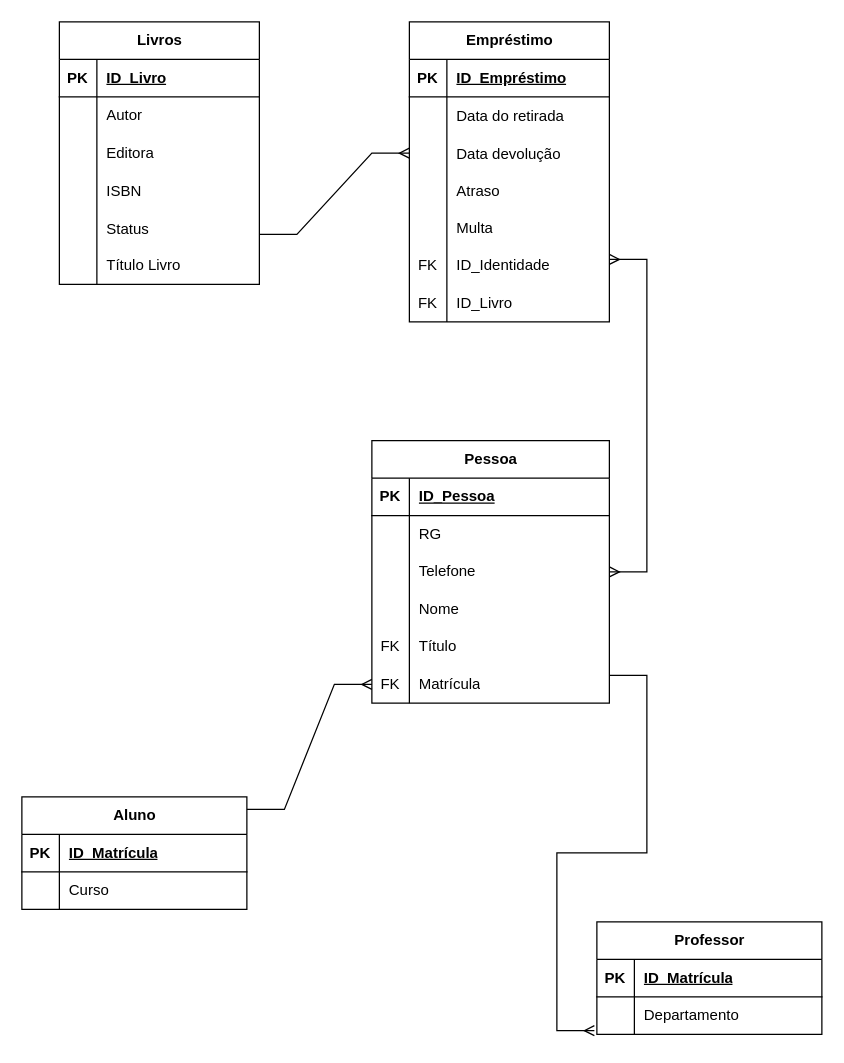
This is praticas/Diagrama sem nome.drawio from amanicieslak/apc-1engdm1a, a draw.io file, before an edit. Source tidied: cells renumbered, new cells numbered last; positions are measured from the earlier drawing's top-left corner, leaving out a move shared by most shapes. Both pictures are drawn from the tidied source at 125%, with x=0, y=0 at pixel (21, 21).
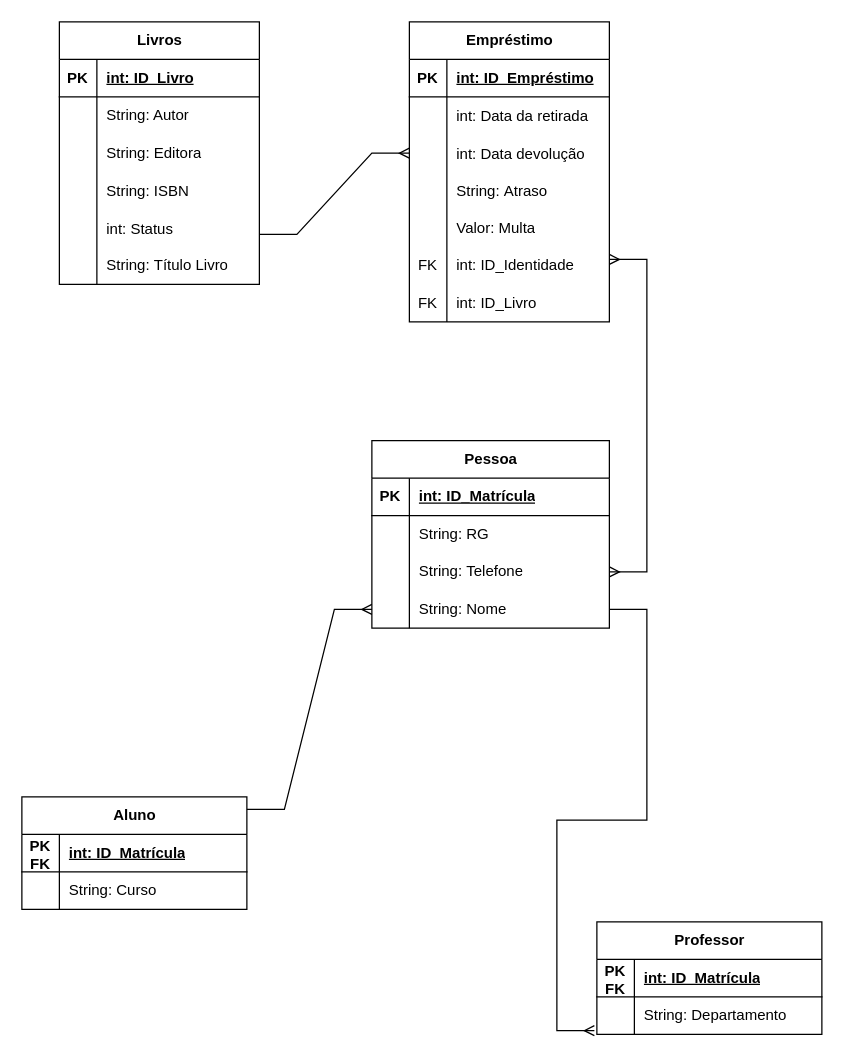
The same diagram, later.

The change refers to these unchanged cells:
```xml
<mxCell id="3" style="shape=tableRow;horizontal=0;startSize=0;swimlaneHead=0;swimlaneBody=0;fillColor=none;top=0;left=0;right=0;bottom=1;" parent="2" vertex="1">
  <mxGeometry y="30" width="160" height="30" as="geometry" />
</mxCell>
<mxCell id="6" style="shape=tableRow;horizontal=0;startSize=0;swimlaneHead=0;swimlaneBody=0;fillColor=none;top=0;left=0;right=0;bottom=0;" parent="2" vertex="1">
  <mxGeometry y="60" width="160" height="30" as="geometry" />
</mxCell>
<mxCell id="9" style="shape=tableRow;horizontal=0;startSize=0;swimlaneHead=0;swimlaneBody=0;fillColor=none;top=0;left=0;right=0;bottom=0;" parent="2" vertex="1">
  <mxGeometry y="90" width="160" height="30" as="geometry" />
</mxCell>
<mxCell id="12" style="shape=tableRow;horizontal=0;startSize=0;swimlaneHead=0;swimlaneBody=0;fillColor=none;top=0;left=0;right=0;bottom=0;" parent="2" vertex="1">
  <mxGeometry y="120" width="160" height="30" as="geometry" />
</mxCell>
<mxCell id="15" style="shape=tableRow;horizontal=0;startSize=0;swimlaneHead=0;swimlaneBody=0;fillColor=none;top=0;left=0;right=0;bottom=0;" parent="2" vertex="1">
  <mxGeometry y="150" width="160" height="30" as="geometry" />
</mxCell>
<mxCell id="18" style="shape=tableRow;horizontal=0;startSize=0;swimlaneHead=0;swimlaneBody=0;fillColor=none;top=0;left=0;right=0;bottom=0;" parent="2" vertex="1">
  <mxGeometry y="180" width="160" height="30" as="geometry" />
</mxCell>
<mxCell id="22" style="shape=tableRow;horizontal=0;startSize=0;swimlaneHead=0;swimlaneBody=0;fillColor=none;top=0;left=0;right=0;bottom=1;" parent="21" vertex="1">
  <mxGeometry y="30" width="180" height="30" as="geometry" />
</mxCell>
<mxCell id="25" style="shape=tableRow;horizontal=0;startSize=0;swimlaneHead=0;swimlaneBody=0;fillColor=none;top=0;left=0;right=0;bottom=0;" parent="21" vertex="1">
  <mxGeometry y="60" width="180" height="30" as="geometry" />
</mxCell>
<mxCell id="29" style="shape=tableRow;horizontal=0;startSize=0;swimlaneHead=0;swimlaneBody=0;fillColor=none;top=0;left=0;right=0;bottom=1;" parent="28" vertex="1">
  <mxGeometry y="30" width="180" height="30" as="geometry" />
</mxCell>
<mxCell id="32" style="shape=tableRow;horizontal=0;startSize=0;swimlaneHead=0;swimlaneBody=0;fillColor=none;top=0;left=0;right=0;bottom=0;" parent="28" vertex="1">
  <mxGeometry y="60" width="180" height="30" as="geometry" />
</mxCell>
<mxCell id="36" style="shape=tableRow;horizontal=0;startSize=0;swimlaneHead=0;swimlaneBody=0;fillColor=none;top=0;left=0;right=0;bottom=1;" parent="35" vertex="1">
  <mxGeometry y="30" width="160" height="30" as="geometry" />
</mxCell>
<mxCell id="39" style="shape=tableRow;horizontal=0;startSize=0;swimlaneHead=0;swimlaneBody=0;fillColor=none;top=0;left=0;right=0;bottom=0;" parent="35" vertex="1">
  <mxGeometry y="60" width="160" height="30" as="geometry" />
</mxCell>
<mxCell id="42" style="shape=tableRow;horizontal=0;startSize=0;swimlaneHead=0;swimlaneBody=0;fillColor=none;points=[[0,0.5],[1,0.5]];portConstraint=eastwest;top=0;left=0;right=0;bottom=0;" parent="35" vertex="1">
  <mxGeometry y="90" width="160" height="30" as="geometry" />
</mxCell>
<mxCell id="45" style="shape=tableRow;horizontal=0;startSize=0;swimlaneHead=0;swimlaneBody=0;fillColor=none;top=0;left=0;right=0;bottom=0;" parent="35" vertex="1">
  <mxGeometry y="120" width="160" height="30" as="geometry" />
</mxCell>
<mxCell id="48" style="shape=tableRow;horizontal=0;startSize=0;swimlaneHead=0;swimlaneBody=0;fillColor=none;top=0;left=0;right=0;bottom=0;" parent="35" vertex="1">
  <mxGeometry y="150" width="160" height="30" as="geometry" />
</mxCell>
<mxCell id="51" style="shape=tableRow;horizontal=0;startSize=0;swimlaneHead=0;swimlaneBody=0;fillColor=none;top=0;left=0;right=0;bottom=0;" parent="35" vertex="1">
  <mxGeometry y="180" width="160" height="30" as="geometry" />
</mxCell>
<mxCell id="54" style="shape=tableRow;horizontal=0;startSize=0;swimlaneHead=0;swimlaneBody=0;fillColor=none;top=0;left=0;right=0;bottom=0;" parent="35" vertex="1">
  <mxGeometry y="210" width="160" height="30" as="geometry" />
</mxCell>
<mxCell id="58" style="shape=tableRow;horizontal=0;startSize=0;swimlaneHead=0;swimlaneBody=0;fillColor=none;top=0;left=0;right=0;bottom=1;" parent="57" vertex="1">
  <mxGeometry y="30" width="190" height="30" as="geometry" />
</mxCell>
<mxCell id="61" style="shape=tableRow;horizontal=0;startSize=0;swimlaneHead=0;swimlaneBody=0;fillColor=none;top=0;left=0;right=0;bottom=0;" parent="57" vertex="1">
  <mxGeometry y="60" width="190" height="30" as="geometry" />
</mxCell>
<mxCell id="64" style="shape=tableRow;horizontal=0;startSize=0;swimlaneHead=0;swimlaneBody=0;fillColor=none;points=[[0,0.5],[1,0.5]];portConstraint=eastwest;top=0;left=0;right=0;bottom=0;" parent="57" vertex="1">
  <mxGeometry y="90" width="190" height="30" as="geometry" />
</mxCell>
<mxCell id="67" style="shape=tableRow;horizontal=0;startSize=0;swimlaneHead=0;swimlaneBody=0;fillColor=none;points=[[0,0.5],[1,0.5]];portConstraint=eastwest;top=0;left=0;right=0;bottom=0;" parent="57" vertex="1">
  <mxGeometry y="120" width="190" height="30" as="geometry" />
</mxCell>
```

Change to the diagram source:
```diff
@@
-    <mxCell id="5" value="ID_Livro" style="shape=partialRectangle;fillColor=none;top=0;left=0;bottom=0;right=0;align=left;spacingLeft=6;fontStyle=5;overflow=hidden;whiteSpace=wrap;html=1;" parent="3" vertex="1">
+    <mxCell id="5" value="int: ID_Livro" style="shape=partialRectangle;fillColor=none;top=0;left=0;bottom=0;right=0;align=left;spacingLeft=6;fontStyle=5;overflow=hidden;whiteSpace=wrap;html=1;" parent="3" vertex="1">
       <mxGeometry x="30" width="130" height="30" as="geometry" />
     </mxCell>
@@
-    <mxCell id="8" value="Autor" style="shape=partialRectangle;fillColor=none;top=0;left=0;bottom=0;right=0;align=left;spacingLeft=6;overflow=hidden;whiteSpace=wrap;html=1;" parent="6" vertex="1">
+    <mxCell id="8" value="String: Autor" style="shape=partialRectangle;fillColor=none;top=0;left=0;bottom=0;right=0;align=left;spacingLeft=6;overflow=hidden;whiteSpace=wrap;html=1;" parent="6" vertex="1">
       <mxGeometry x="30" width="130" height="30" as="geometry" />
     </mxCell>
@@
-    <mxCell id="11" value="Editora" style="shape=partialRectangle;fillColor=none;top=0;left=0;bottom=0;right=0;align=left;spacingLeft=6;overflow=hidden;whiteSpace=wrap;html=1;" parent="9" vertex="1">
+    <mxCell id="11" value="String: Editora" style="shape=partialRectangle;fillColor=none;top=0;left=0;bottom=0;right=0;align=left;spacingLeft=6;overflow=hidden;whiteSpace=wrap;html=1;" parent="9" vertex="1">
       <mxGeometry x="30" width="130" height="30" as="geometry" />
     </mxCell>
@@
-    <mxCell id="14" value="ISBN" style="shape=partialRectangle;fillColor=none;top=0;left=0;bottom=0;right=0;align=left;spacingLeft=6;overflow=hidden;" parent="12" vertex="1">
+    <mxCell id="14" value="String: ISBN" style="shape=partialRectangle;fillColor=none;top=0;left=0;bottom=0;right=0;align=left;spacingLeft=6;overflow=hidden;" parent="12" vertex="1">
       <mxGeometry x="30" width="130" height="30" as="geometry" />
     </mxCell>
@@
-    <mxCell id="17" value="Status" style="shape=partialRectangle;fillColor=none;top=0;left=0;bottom=0;right=0;align=left;spacingLeft=6;overflow=hidden;" parent="15" vertex="1">
+    <mxCell id="17" value="int: Status" style="shape=partialRectangle;fillColor=none;top=0;left=0;bottom=0;right=0;align=left;spacingLeft=6;overflow=hidden;" parent="15" vertex="1">
       <mxGeometry x="30" width="130" height="30" as="geometry" />
     </mxCell>
@@
-    <mxCell id="20" value="&lt;span style=&quot;text-wrap-mode: nowrap;&quot;&gt;Título Livro&lt;/span&gt;" style="shape=partialRectangle;fillColor=none;top=0;left=0;bottom=0;right=0;align=left;spacingLeft=6;fontStyle=0;overflow=hidden;whiteSpace=wrap;html=1;" parent="18" vertex="1">
+    <mxCell id="20" value="String:&amp;nbsp;&lt;span style=&quot;text-wrap-mode: nowrap;&quot;&gt;Título Livro&lt;/span&gt;" style="shape=partialRectangle;fillColor=none;top=0;left=0;bottom=0;right=0;align=left;spacingLeft=6;fontStyle=0;overflow=hidden;whiteSpace=wrap;html=1;" parent="18" vertex="1">
       <mxGeometry x="30" width="130" height="30" as="geometry" />
     </mxCell>
@@
-    <mxCell id="23" value="PK" style="shape=partialRectangle;fillColor=none;top=0;left=0;bottom=0;right=0;fontStyle=1;overflow=hidden;whiteSpace=wrap;html=1;" parent="22" vertex="1">
+    <mxCell id="23" value="PK&lt;div&gt;FK&lt;/div&gt;" style="shape=partialRectangle;fillColor=none;top=0;left=0;bottom=0;right=0;fontStyle=1;overflow=hidden;whiteSpace=wrap;html=1;" parent="22" vertex="1">
       <mxGeometry width="30" height="30" as="geometry" />
     </mxCell>
-    <mxCell id="24" value="ID_Matrícula" style="shape=partialRectangle;fillColor=none;top=0;left=0;bottom=0;right=0;align=left;spacingLeft=6;fontStyle=5;overflow=hidden;whiteSpace=wrap;html=1;" parent="22" vertex="1">
+    <mxCell id="24" value="int: ID_Matrícula" style="shape=partialRectangle;fillColor=none;top=0;left=0;bottom=0;right=0;align=left;spacingLeft=6;fontStyle=5;overflow=hidden;whiteSpace=wrap;html=1;" parent="22" vertex="1">
       <mxGeometry x="30" width="150" height="30" as="geometry" />
     </mxCell>
@@
-    <mxCell id="27" value="Curso" style="shape=partialRectangle;fillColor=none;top=0;left=0;bottom=0;right=0;align=left;spacingLeft=6;overflow=hidden;whiteSpace=wrap;html=1;" parent="25" vertex="1">
+    <mxCell id="27" value="String:&amp;nbsp;Curso" style="shape=partialRectangle;fillColor=none;top=0;left=0;bottom=0;right=0;align=left;spacingLeft=6;overflow=hidden;whiteSpace=wrap;html=1;" parent="25" vertex="1">
       <mxGeometry x="30" width="150" height="30" as="geometry" />
     </mxCell>
@@
-    <mxCell id="30" value="PK" style="shape=partialRectangle;fillColor=none;top=0;left=0;bottom=0;right=0;fontStyle=1;overflow=hidden;whiteSpace=wrap;html=1;" parent="29" vertex="1">
+    <mxCell id="30" value="PK&lt;div&gt;FK&lt;/div&gt;" style="shape=partialRectangle;fillColor=none;top=0;left=0;bottom=0;right=0;fontStyle=1;overflow=hidden;whiteSpace=wrap;html=1;" parent="29" vertex="1">
       <mxGeometry width="30" height="30" as="geometry" />
     </mxCell>
-    <mxCell id="31" value="ID_Matrícula" style="shape=partialRectangle;fillColor=none;top=0;left=0;bottom=0;right=0;align=left;spacingLeft=6;fontStyle=5;overflow=hidden;whiteSpace=wrap;html=1;" parent="29" vertex="1">
+    <mxCell id="31" value="int: ID_Matrícula" style="shape=partialRectangle;fillColor=none;top=0;left=0;bottom=0;right=0;align=left;spacingLeft=6;fontStyle=5;overflow=hidden;whiteSpace=wrap;html=1;" parent="29" vertex="1">
       <mxGeometry x="30" width="150" height="30" as="geometry" />
     </mxCell>
@@
-    <mxCell id="34" value="Departamento" style="shape=partialRectangle;fillColor=none;top=0;left=0;bottom=0;right=0;align=left;spacingLeft=6;overflow=hidden;whiteSpace=wrap;html=1;" parent="32" vertex="1">
+    <mxCell id="34" value="String:&amp;nbsp;Departamento" style="shape=partialRectangle;fillColor=none;top=0;left=0;bottom=0;right=0;align=left;spacingLeft=6;overflow=hidden;whiteSpace=wrap;html=1;" parent="32" vertex="1">
       <mxGeometry x="30" width="150" height="30" as="geometry" />
     </mxCell>
@@
-    <mxCell id="38" value="ID_Empréstimo" style="shape=partialRectangle;fillColor=none;top=0;left=0;bottom=0;right=0;align=left;spacingLeft=6;fontStyle=5;overflow=hidden;whiteSpace=wrap;html=1;" parent="36" vertex="1">
+    <mxCell id="38" value="int: ID_Empréstimo" style="shape=partialRectangle;fillColor=none;top=0;left=0;bottom=0;right=0;align=left;spacingLeft=6;fontStyle=5;overflow=hidden;whiteSpace=wrap;html=1;" parent="36" vertex="1">
       <mxGeometry x="30" width="130" height="30" as="geometry" />
     </mxCell>
@@
-    <mxCell id="41" value="Data do retirada" style="shape=partialRectangle;fillColor=none;top=0;left=0;bottom=0;right=0;align=left;spacingLeft=6;overflow=hidden;" parent="39" vertex="1">
+    <mxCell id="41" value="int: Data da retirada" style="shape=partialRectangle;fillColor=none;top=0;left=0;bottom=0;right=0;align=left;spacingLeft=6;overflow=hidden;" parent="39" vertex="1">
       <mxGeometry x="30" width="130" height="30" as="geometry" />
     </mxCell>
@@
-    <mxCell id="44" value="Data devolução" style="shape=partialRectangle;fillColor=none;top=0;left=0;bottom=0;right=0;align=left;spacingLeft=6;overflow=hidden;" parent="42" vertex="1">
+    <mxCell id="44" value="int: Data devolução" style="shape=partialRectangle;fillColor=none;top=0;left=0;bottom=0;right=0;align=left;spacingLeft=6;overflow=hidden;" parent="42" vertex="1">
       <mxGeometry x="30" width="130" height="30" as="geometry" />
     </mxCell>
@@
-    <mxCell id="47" value="Atraso" style="shape=partialRectangle;fillColor=none;top=0;left=0;bottom=0;right=0;align=left;spacingLeft=6;overflow=hidden;" parent="45" vertex="1">
+    <mxCell id="47" value="String: Atraso" style="shape=partialRectangle;fillColor=none;top=0;left=0;bottom=0;right=0;align=left;spacingLeft=6;overflow=hidden;" parent="45" vertex="1">
       <mxGeometry x="30" width="130" height="30" as="geometry" />
     </mxCell>
@@
-    <mxCell id="50" value="Multa" style="shape=partialRectangle;fillColor=none;top=0;left=0;bottom=0;right=0;align=left;spacingLeft=6;overflow=hidden;whiteSpace=wrap;html=1;" parent="48" vertex="1">
+    <mxCell id="50" value="Valor: Multa" style="shape=partialRectangle;fillColor=none;top=0;left=0;bottom=0;right=0;align=left;spacingLeft=6;overflow=hidden;whiteSpace=wrap;html=1;" parent="48" vertex="1">
       <mxGeometry x="30" width="130" height="30" as="geometry" />
     </mxCell>
@@
-    <mxCell id="53" value="ID_Identidade" style="shape=partialRectangle;fillColor=none;top=0;left=0;bottom=0;right=0;align=left;spacingLeft=6;fontStyle=0;overflow=hidden;whiteSpace=wrap;html=1;" parent="51" vertex="1">
+    <mxCell id="53" value="&lt;span style=&quot;text-wrap-mode: nowrap;&quot;&gt;int:&amp;nbsp;&lt;/span&gt;ID_Identidade" style="shape=partialRectangle;fillColor=none;top=0;left=0;bottom=0;right=0;align=left;spacingLeft=6;fontStyle=0;overflow=hidden;whiteSpace=wrap;html=1;" parent="51" vertex="1">
       <mxGeometry x="30" width="130" height="30" as="geometry" />
     </mxCell>
@@
-    <mxCell id="56" value="ID_Livro" style="shape=partialRectangle;fillColor=none;top=0;left=0;bottom=0;right=0;align=left;spacingLeft=6;fontStyle=0;overflow=hidden;whiteSpace=wrap;html=1;" parent="54" vertex="1">
+    <mxCell id="56" value="&lt;span style=&quot;text-wrap-mode: nowrap;&quot;&gt;int:&amp;nbsp;&lt;/span&gt;ID_Livro" style="shape=partialRectangle;fillColor=none;top=0;left=0;bottom=0;right=0;align=left;spacingLeft=6;fontStyle=0;overflow=hidden;whiteSpace=wrap;html=1;" parent="54" vertex="1">
       <mxGeometry x="30" width="130" height="30" as="geometry" />
     </mxCell>
     <mxCell id="57" value="Pessoa" style="shape=table;startSize=30;childLayout=tableLayout;rowLines=0;fontStyle=1;align=center;html=1;" parent="1" vertex="1">
-      <mxGeometry x="280" y="335" width="190" height="210" as="geometry" />
+      <mxGeometry x="280" y="335" width="190" height="150" as="geometry" />
     </mxCell>
@@
-    <mxCell id="60" value="ID_Pessoa" style="shape=partialRectangle;fillColor=none;top=0;left=0;bottom=0;right=0;align=left;spacingLeft=6;fontStyle=5;overflow=hidden;whiteSpace=wrap;html=1;" parent="58" vertex="1">
+    <mxCell id="60" value="int: ID_Matrícula" style="shape=partialRectangle;fillColor=none;top=0;left=0;bottom=0;right=0;align=left;spacingLeft=6;fontStyle=5;overflow=hidden;whiteSpace=wrap;html=1;" parent="58" vertex="1">
       <mxGeometry x="30" width="160" height="30" as="geometry" />
     </mxCell>
@@
-    <mxCell id="63" value="RG" style="shape=partialRectangle;fillColor=none;top=0;left=0;bottom=0;right=0;align=left;spacingLeft=6;overflow=hidden;whiteSpace=wrap;html=1;" parent="61" vertex="1">
+    <mxCell id="63" value="String:&amp;nbsp;RG" style="shape=partialRectangle;fillColor=none;top=0;left=0;bottom=0;right=0;align=left;spacingLeft=6;overflow=hidden;whiteSpace=wrap;html=1;" parent="61" vertex="1">
       <mxGeometry x="30" width="160" height="30" as="geometry" />
     </mxCell>
@@
-    <mxCell id="66" value="Telefone" style="shape=partialRectangle;fillColor=none;top=0;left=0;bottom=0;right=0;align=left;spacingLeft=6;overflow=hidden;whiteSpace=wrap;html=1;" parent="64" vertex="1">
+    <mxCell id="66" value="String:&amp;nbsp;Telefone" style="shape=partialRectangle;fillColor=none;top=0;left=0;bottom=0;right=0;align=left;spacingLeft=6;overflow=hidden;whiteSpace=wrap;html=1;" parent="64" vertex="1">
       <mxGeometry x="30" width="160" height="30" as="geometry" />
     </mxCell>
@@
-    <mxCell id="69" value="Nome" style="shape=partialRectangle;fillColor=none;top=0;left=0;bottom=0;right=0;align=left;spacingLeft=6;overflow=hidden;whiteSpace=wrap;html=1;" parent="67" vertex="1">
+    <mxCell id="69" value="String:&amp;nbsp;Nome" style="shape=partialRectangle;fillColor=none;top=0;left=0;bottom=0;right=0;align=left;spacingLeft=6;overflow=hidden;whiteSpace=wrap;html=1;" parent="67" vertex="1">
       <mxGeometry x="30" width="160" height="30" as="geometry" />
     </mxCell>
-    <mxCell id="70" style="shape=tableRow;horizontal=0;startSize=0;swimlaneHead=0;swimlaneBody=0;fillColor=none;top=0;left=0;right=0;bottom=0;" parent="57" vertex="1">
-      <mxGeometry y="150" width="190" height="30" as="geometry" />
-    </mxCell>
-    <mxCell id="71" value="FK" style="shape=partialRectangle;fillColor=none;top=0;left=0;bottom=0;right=0;fontStyle=0;overflow=hidden;whiteSpace=wrap;html=1;" parent="70" vertex="1">
-      <mxGeometry width="30" height="30" as="geometry" />
-    </mxCell>
-    <mxCell id="72" value="Título" style="shape=partialRectangle;fillColor=none;top=0;left=0;bottom=0;right=0;align=left;spacingLeft=6;fontStyle=0;overflow=hidden;whiteSpace=wrap;html=1;" parent="70" vertex="1">
-      <mxGeometry x="30" width="160" height="30" as="geometry" />
-    </mxCell>
-    <mxCell id="73" style="shape=tableRow;horizontal=0;startSize=0;swimlaneHead=0;swimlaneBody=0;fillColor=none;top=0;left=0;right=0;bottom=0;" parent="57" vertex="1">
-      <mxGeometry y="180" width="190" height="30" as="geometry" />
-    </mxCell>
-    <mxCell id="74" value="FK" style="shape=partialRectangle;fillColor=none;top=0;left=0;bottom=0;right=0;fontStyle=0;overflow=hidden;whiteSpace=wrap;html=1;" parent="73" vertex="1">
-      <mxGeometry width="30" height="30" as="geometry" />
-    </mxCell>
-    <mxCell id="75" value="Matrícula" style="shape=partialRectangle;fillColor=none;top=0;left=0;bottom=0;right=0;align=left;spacingLeft=6;fontStyle=0;overflow=hidden;whiteSpace=wrap;html=1;" parent="73" vertex="1">
-      <mxGeometry x="30" width="160" height="30" as="geometry" />
-    </mxCell>
@@
-    <mxCell id="78" style="edgeStyle=entityRelationEdgeStyle;fontSize=12;html=1;endArrow=ERmany;rounded=0;exitX=0.481;exitY=1.211;exitDx=0;exitDy=0;exitPerimeter=0;" parent="1" edge="1">
+    <mxCell id="78" style="edgeStyle=entityRelationEdgeStyle;fontSize=12;html=1;endArrow=ERmany;rounded=0;exitX=1;exitY=0.5;exitDx=0;exitDy=0;" parent="1" edge="1" source="67">
       <mxGeometry relative="1" as="geometry">
-        <mxPoint x="470" y="522.7" as="sourcePoint" />
         <mxPoint x="458" y="807" as="targetPoint" />
         <Array as="points">
           <mxPoint x="470" y="730" />
         </Array>
       </mxGeometry>
     </mxCell>
-    <mxCell id="79" style="edgeStyle=entityRelationEdgeStyle;fontSize=12;html=1;endArrow=ERmany;rounded=0;" parent="1" edge="1">
+    <mxCell id="79" style="edgeStyle=entityRelationEdgeStyle;fontSize=12;html=1;endArrow=ERmany;rounded=0;entryX=0;entryY=0.5;entryDx=0;entryDy=0;" parent="1" edge="1" target="67">
       <mxGeometry relative="1" as="geometry">
         <mxPoint x="180" y="630" as="sourcePoint" />
-        <mxPoint x="280" y="530" as="targetPoint" />
       </mxGeometry>
     </mxCell>
```
